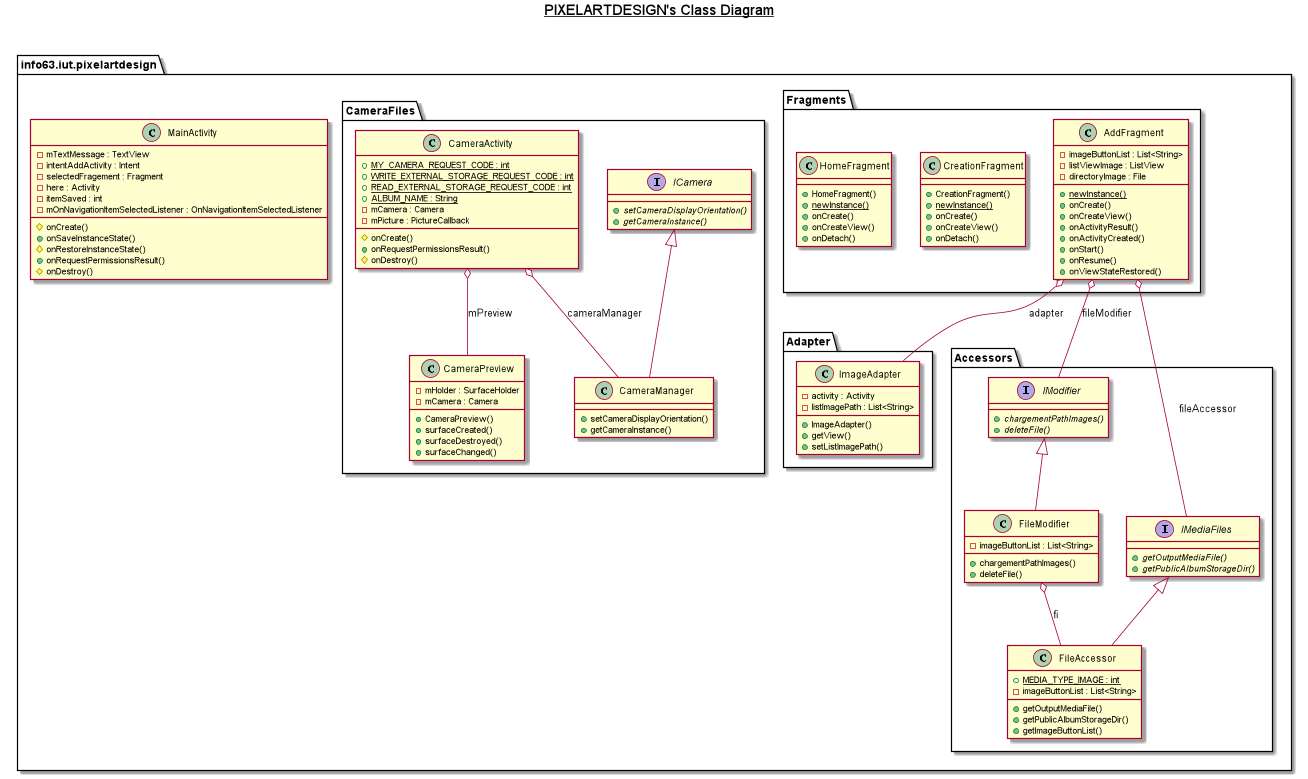
This is Documentation/Diagramme de classe.png from clallavena/PixelArtDesign, a PlantUML export, as it was before one commit.
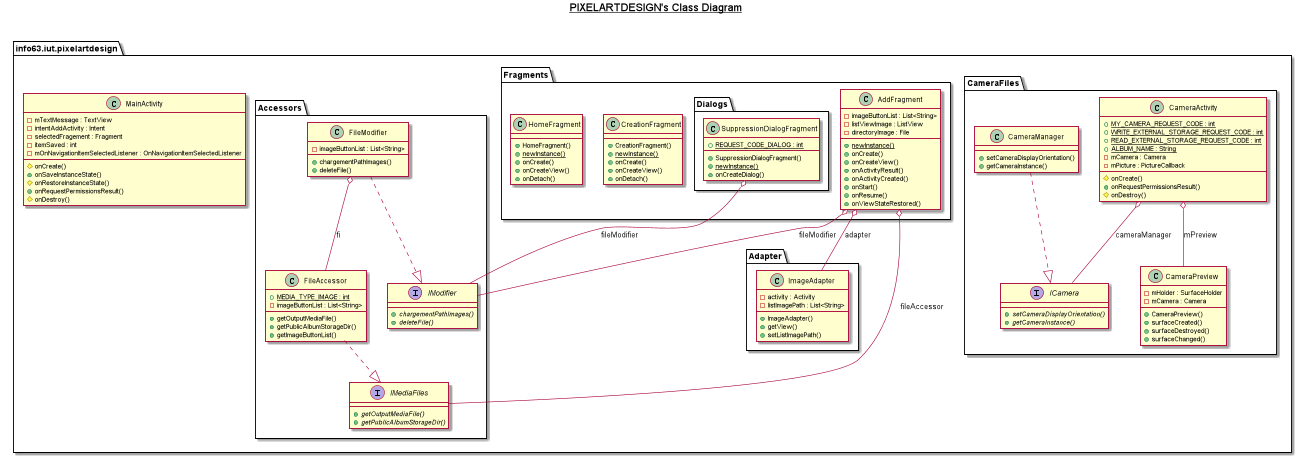
The same diagram one commit later.

What changed in the source:
```diff
@@ -7,7 +7,6 @@
         - mTextMessage : TextView
         - intentAddActivity : Intent
         - selectedFragement : Fragment
-        - here : Activity
         - itemSaved : int
         - mOnNavigationItemSelectedListener : OnNavigationItemSelectedListener
         # onCreate()
@@ -16,165 +15,185 @@
         + onRequestPermissionsResult()
         # onDestroy()
     }
+  }
 
-      package info63.iut.pixelartdesign {
-        package Fragments {
-          class AddFragment {
-              - imageButtonList : List<String>
-              - listViewImage : ListView
-              - directoryImage : File
-              {static} + newInstance()
-              + onCreate()
-              + onCreateView()
-              + onActivityResult()
-              + onActivityCreated()
-              + onStart()
-              + onResume()
-              + onViewStateRestored()
-          }
-        }
-      }
+     package info63.iut.pixelartdesign {
+           package CameraFiles {
+             class CameraActivity {
+                 {static} + MY_CAMERA_REQUEST_CODE : int
+                 {static} + WRITE_EXTERNAL_STORAGE_REQUEST_CODE : int
+                 {static} + READ_EXTERNAL_STORAGE_REQUEST_CODE : int
+                 {static} + ALBUM_NAME : String
+                 - mCamera : Camera
+                 - mPicture : PictureCallback
+                 # onCreate()
+                 + onRequestPermissionsResult()
+                 # onDestroy()
+             }
+           }
+         }
 
 
-      package info63.iut.pixelartdesign {
-        package Fragments {
-          class CreationFragment {
-              + CreationFragment()
-              {static} + newInstance()
-              + onCreate()
-              + onCreateView()
-              + onDetach()
-          }
-        }
-      }
+         package info63.iut.pixelartdesign {
+           package CameraFiles {
+             class CameraManager {
+                 + setCameraDisplayOrientation()
+                 + getCameraInstance()
+             }
+           }
+         }
 
 
-      package info63.iut.pixelartdesign {
-        package Fragments {
-          class HomeFragment {
-              + HomeFragment()
-              {static} + newInstance()
-              + onCreate()
-              + onCreateView()
-              + onDetach()
-          }
-        }
-      }
-        package info63.iut.pixelartdesign {
-          package CameraFiles {
-            class CameraActivity {
-                {static} + MY_CAMERA_REQUEST_CODE : int
-                {static} + WRITE_EXTERNAL_STORAGE_REQUEST_CODE : int
-                {static} + READ_EXTERNAL_STORAGE_REQUEST_CODE : int
-                {static} + ALBUM_NAME : String
-                - mCamera : Camera
-                - mPicture : PictureCallback
-                # onCreate()
-                + onRequestPermissionsResult()
-                # onDestroy()
-            }
-          }
-        }
+         package info63.iut.pixelartdesign {
+           package CameraFiles {
+             class CameraPreview {
+                 - mHolder : SurfaceHolder
+                 - mCamera : Camera
+                 + CameraPreview()
+                 + surfaceCreated()
+                 + surfaceDestroyed()
+                 + surfaceChanged()
+             }
+           }
+         }
 
 
-        package info63.iut.pixelartdesign {
-          package CameraFiles {
-            class CameraManager {
-                + setCameraDisplayOrientation()
-                + getCameraInstance()
-            }
-          }
-        }
+         package info63.iut.pixelartdesign {
+           package CameraFiles {
+             interface ICamera {
+                 {abstract} + setCameraDisplayOrientation()
+                 {abstract} + getCameraInstance()
+             }
+           }
+         }
+
+  package info63.iut.pixelartdesign {
+    package Adapter {
+      class ImageAdapter {
+          - activity : Activity
+          - listImagePath : List<String>
+          + ImageAdapter()
+          + getView()
+          + setListImagePath()
+      }
+    }
+  }
+
+  package info63.iut.pixelartdesign {
+       package Fragments {
+         package Dialogs {
+           class SuppressionDialogFragment {
+               {static} + REQUEST_CODE_DIALOG : int
+               + SuppressionDialogFragment()
+               {static} + newInstance()
+               + onCreateDialog()
+           }
+         }
+       }
+     }
+
+  package info63.iut.pixelartdesign {
+    package Fragments {
+      class AddFragment {
+          - imageButtonList : List<String>
+          - listViewImage : ListView
+          - directoryImage : File
+          {static} + newInstance()
+          + onCreate()
+          + onCreateView()
+          + onActivityResult()
+          + onActivityCreated()
+          + onStart()
+          + onResume()
+          + onViewStateRestored()
+      }
+    }
+  }
 
 
-        package info63.iut.pixelartdesign {
-          package CameraFiles {
-            class CameraPreview {
-                - mHolder : SurfaceHolder
-                - mCamera : Camera
-                + CameraPreview()
-                + surfaceCreated()
-                + surfaceDestroyed()
-                + surfaceChanged()
-            }
-          }
-        }
+  package info63.iut.pixelartdesign {
+    package Fragments {
+      class CreationFragment {
+          + CreationFragment()
+          {static} + newInstance()
+          + onCreate()
+          + onCreateView()
+          + onDetach()
+      }
+    }
+  }
 
 
-      package info63.iut.pixelartdesign {
-        package CameraFiles {
-          interface ICamera {
-              {abstract} + setCameraDisplayOrientation()
-              {abstract} + getCameraInstance()
-          }
-        }
+  package info63.iut.pixelartdesign {
+    package Fragments {
+      class HomeFragment {
+          + HomeFragment()
+          {static} + newInstance()
+          + onCreate()
+          + onCreateView()
+          + onDetach()
       }
+    }
+  }
 
-      package info63.iut.pixelartdesign {
-        package Adapter {
-          class ImageAdapter {
-              - activity : Activity
-              - listImagePath : List<String>
-              + ImageAdapter()
-              + getView()
-              + setListImagePath()
-          }
-        }
+  package info63.iut.pixelartdesign {
+    package Accessors {
+      class FileAccessor {
+          {static} + MEDIA_TYPE_IMAGE : int
+          - imageButtonList : List<String>
+          + getOutputMediaFile()
+          + getPublicAlbumStorageDir()
+          + getImageButtonList()
       }
-        package info63.iut.pixelartdesign {
-          package Accessors {
-            class FileAccessor {
-                {static} + MEDIA_TYPE_IMAGE : int
-                - imageButtonList : List<String>
-                + getOutputMediaFile()
-                + getPublicAlbumStorageDir()
-                + getImageButtonList()
-            }
-          }
-        }
+    }
+  }
 
 
-        package info63.iut.pixelartdesign {
-          package Accessors {
-            class FileModifier {
-                - imageButtonList : List<String>
-                + chargementPathImages()
-                + deleteFile()
-            }
-          }
-        }
+  package info63.iut.pixelartdesign {
+    package Accessors {
+      class FileModifier {
+          - imageButtonList : List<String>
+          + chargementPathImages()
+          + deleteFile()
+      }
+    }
+  }
 
 
-        package info63.iut.pixelartdesign {
-          package Accessors {
-            interface IMediaFiles {
-                {abstract} + getOutputMediaFile()
-                {abstract} + getPublicAlbumStorageDir()
-            }
-          }
-        }
+  package info63.iut.pixelartdesign {
+    package Accessors {
+      interface IMediaFiles {
+          {abstract} + getOutputMediaFile()
+          {abstract} + getPublicAlbumStorageDir()
+      }
+    }
+  }
 
 
-        package info63.iut.pixelartdesign {
-          package Accessors {
-            interface IModifier {
-                {abstract} + chargementPathImages()
-                {abstract} + deleteFile()
-            }
-          }
-        }
+  package info63.iut.pixelartdesign {
+    package Accessors {
+      interface IModifier {
+          {abstract} + chargementPathImages()
+          {abstract} + deleteFile()
+      }
+    }
+  }
+
+  AddFragment o-- ImageAdapter : adapter
+  AddFragment o-- IMediaFiles : fileAccessor
+  AddFragment o-- IModifier : fileModifier
+
+  FileModifier ..|> IModifier
+  FileAccessor ..|> IMediaFiles
+
+  FileModifier o-- FileAccessor : fi
+  CameraActivity o-- CameraPreview : mPreview
+  CameraActivity o-- ICamera : cameraManager
+
+  CameraManager ..|> ICamera
 
 
-       FileAccessor -up-|> IMediaFiles
-       FileModifier -up-|> IModifier
-       FileModifier o-- FileAccessor : fi
+  SuppressionDialogFragment o-- IModifier : fileModifier
 
-      CameraActivity o-- CameraPreview : mPreview
-      CameraActivity o-- CameraManager : cameraManager
-      CameraManager -up-|> ICamera
-
-      AddFragment o-- ImageAdapter : adapter
-      AddFragment o-- IMediaFiles : fileAccessor
-      AddFragment o-- IModifier : fileModifier
 
 @enduml
```
